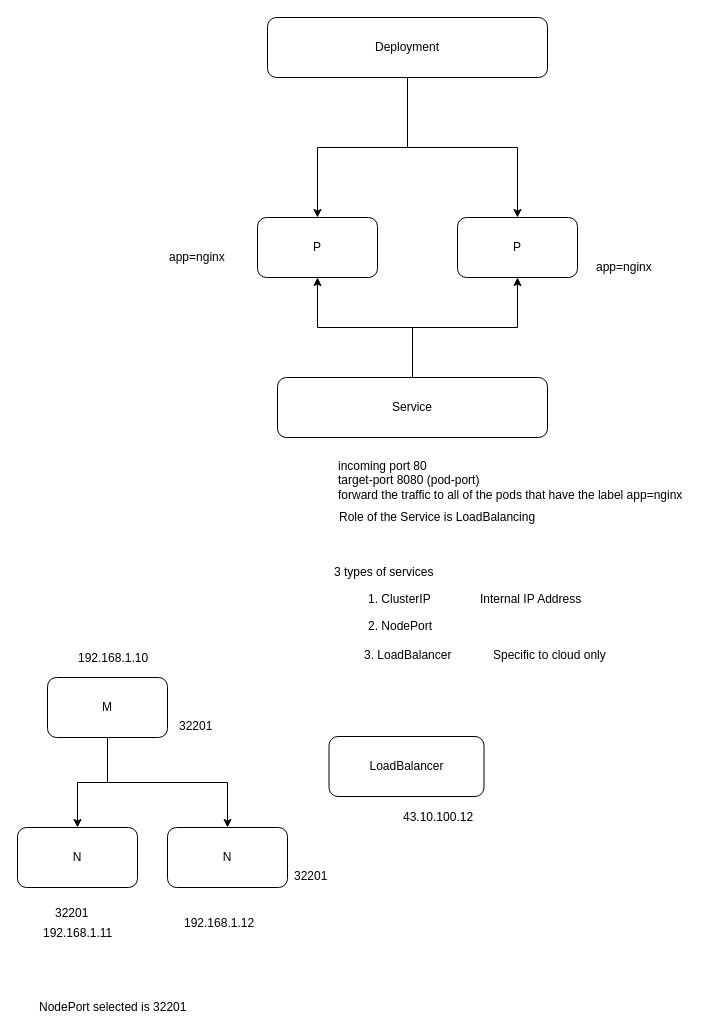
The draw.io diagram page "services" (4 of 7) of Naga-K8s (1).drawio in damindaparitybit/kubernetes-training-naga, before the edit. Source tidied: cells renumbered, new cells numbered last; positions are measured from the earlier drawing's top-left corner, leaving out a move shared by most shapes. Both pictures are drawn from the tidied source at 100%, with x=0, y=0 at pixel (17, 17).
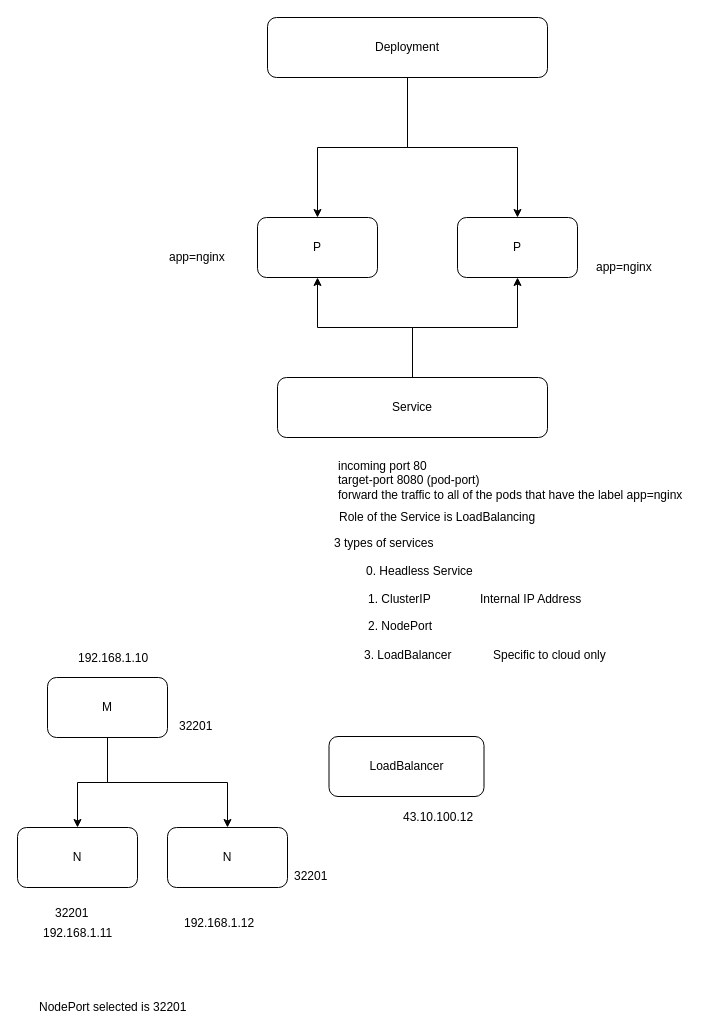
Above is the later version.

What changed in the source:
```diff
@@
     <mxCell id="14" value="3 types of services" style="text;html=1;align=left;verticalAlign=top;spacingTop=-4;" parent="1" vertex="1">
-      <mxGeometry x="315" y="545" width="110" height="20" as="geometry" />
+      <mxGeometry x="315" y="515.5" width="110" height="20" as="geometry" />
     </mxCell>
@@
+    <mxCell id="34" value="0. Headless Service" style="text;html=1;align=left;verticalAlign=top;spacingTop=-4;" parent="1" vertex="1">
+      <mxGeometry x="346.5" y="544" width="120" height="20" as="geometry" />
+    </mxCell>
```
